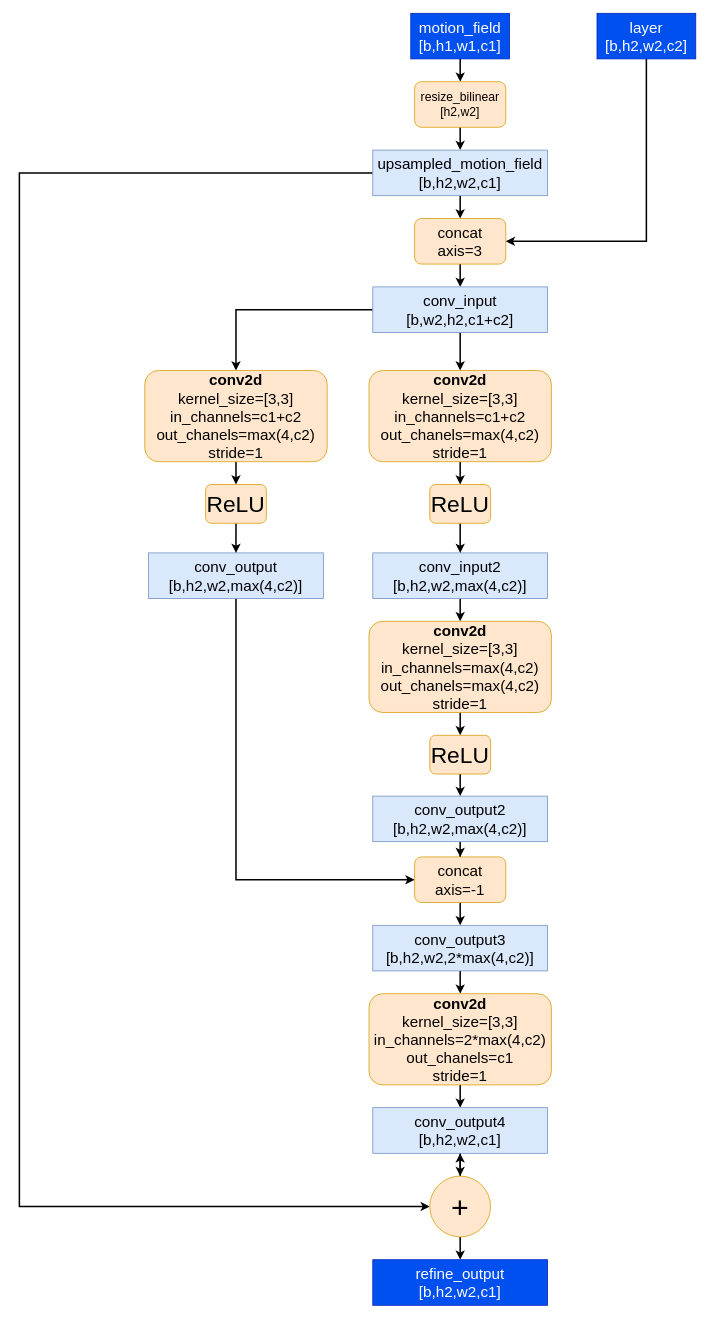
Before: page "RefineModele" (2 of 6) of doc/figs/EvisionNet.drawio in jiafeng5513/EvisionNet, a draw.io diagram. Source tidied: cells renumbered, new cells numbered last; positions are measured from the earlier drawing's top-left corner, leaving out a move shared by most shapes. Both pictures are drawn from the tidied source at 76%, with x=0, y=0 at pixel (19, 13).
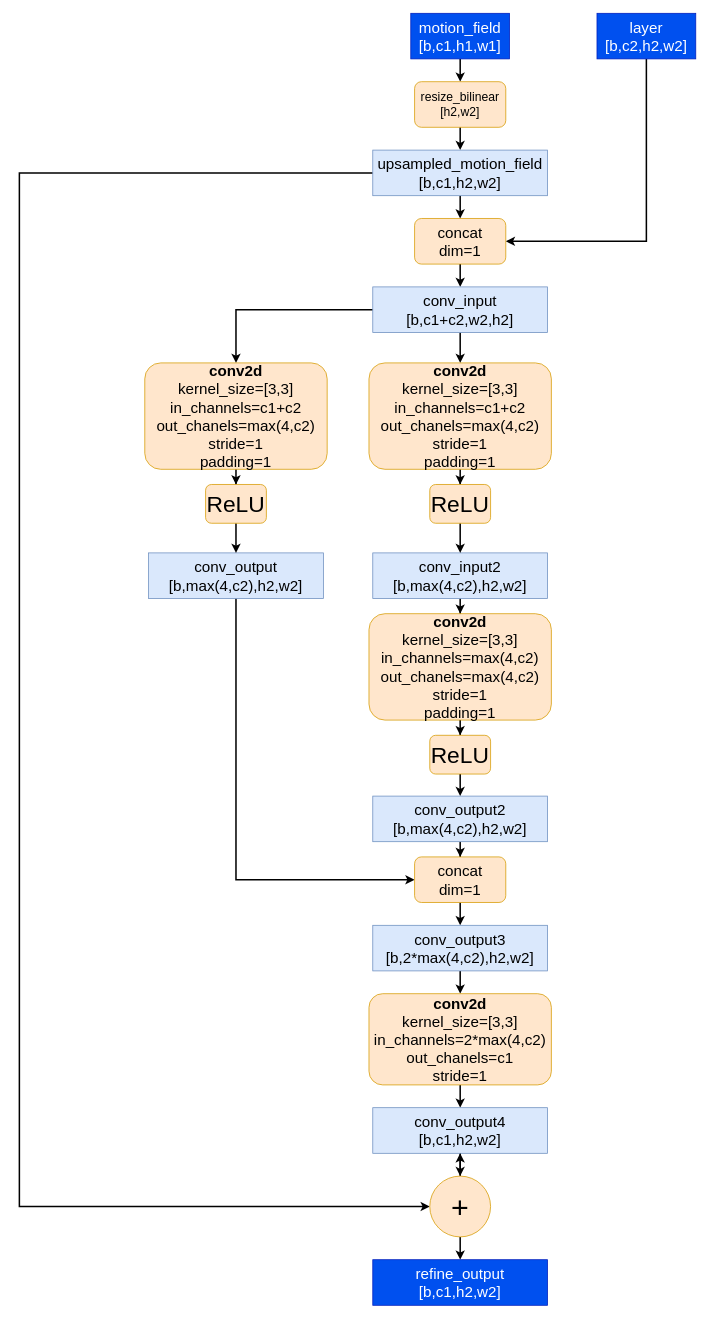
The same page after the edit.

The edit, as a diff of the source:
```diff
@@
-    <mxCell id="3" value="&lt;span style=&quot;font-size: 20px&quot;&gt;motion_field&lt;br&gt;[b,h1,w1,c1]&lt;br&gt;&lt;/span&gt;" style="rounded=0;whiteSpace=wrap;html=1;fillColor=#0050ef;strokeColor=#001DBC;fontColor=#ffffff;" parent="1" vertex="1">
+    <mxCell id="3" value="&lt;span style=&quot;font-size: 20px&quot;&gt;motion_field&lt;br&gt;[b,c1,h1,w1]&lt;br&gt;&lt;/span&gt;" style="rounded=0;whiteSpace=wrap;html=1;fillColor=#0050ef;strokeColor=#001DBC;fontColor=#ffffff;" parent="1" vertex="1">
       <mxGeometry x="515" width="130" height="60" as="geometry" />
     </mxCell>
@@
-    <mxCell id="5" value="&lt;span style=&quot;font-size: 20px&quot;&gt;layer&lt;br&gt;[b,h2,w2,c2]&lt;br&gt;&lt;/span&gt;" style="rounded=0;whiteSpace=wrap;html=1;fillColor=#0050ef;strokeColor=#001DBC;fontColor=#ffffff;" parent="1" vertex="1">
+    <mxCell id="5" value="&lt;span style=&quot;font-size: 20px&quot;&gt;layer&lt;br&gt;[b,c2,h2,w2]&lt;br&gt;&lt;/span&gt;" style="rounded=0;whiteSpace=wrap;html=1;fillColor=#0050ef;strokeColor=#001DBC;fontColor=#ffffff;" parent="1" vertex="1">
       <mxGeometry x="760" width="130" height="60" as="geometry" />
     </mxCell>
@@
-    <mxCell id="10" value="&lt;span style=&quot;font-size: 20px&quot;&gt;upsampled_motion_field&lt;br&gt;[b,h2,w2,c1]&lt;br&gt;&lt;/span&gt;" style="rounded=0;whiteSpace=wrap;html=1;fillColor=#dae8fc;strokeColor=#6c8ebf;" parent="1" vertex="1">
+    <mxCell id="10" value="&lt;span style=&quot;font-size: 20px&quot;&gt;upsampled_motion_field&lt;br&gt;[b,c1,h2,w2]&lt;br&gt;&lt;/span&gt;" style="rounded=0;whiteSpace=wrap;html=1;fillColor=#dae8fc;strokeColor=#6c8ebf;" parent="1" vertex="1">
       <mxGeometry x="465" y="180" width="230" height="60" as="geometry" />
     </mxCell>
@@
-    <mxCell id="12" value="&lt;font style=&quot;font-size: 20px&quot;&gt;concat&lt;br&gt;axis=3&lt;/font&gt;" style="rounded=1;whiteSpace=wrap;html=1;fillColor=#ffe6cc;strokeColor=#d79b00;" parent="1" vertex="1">
+    <mxCell id="12" value="&lt;font style=&quot;font-size: 20px&quot;&gt;concat&lt;br&gt;dim=1&lt;/font&gt;" style="rounded=1;whiteSpace=wrap;html=1;fillColor=#ffe6cc;strokeColor=#d79b00;" parent="1" vertex="1">
       <mxGeometry x="520" y="270" width="120" height="60" as="geometry" />
     </mxCell>
@@
-    <mxCell id="15" value="&lt;span style=&quot;font-size: 20px&quot;&gt;conv_input&lt;br&gt;[b,w2,h2,c1+c2]&lt;br&gt;&lt;/span&gt;" style="rounded=0;whiteSpace=wrap;html=1;fillColor=#dae8fc;strokeColor=#6c8ebf;" parent="1" vertex="1">
+    <mxCell id="15" value="&lt;span style=&quot;font-size: 20px&quot;&gt;conv_input&lt;br&gt;[b,c1+c2,w2,h2]&lt;br&gt;&lt;/span&gt;" style="rounded=0;whiteSpace=wrap;html=1;fillColor=#dae8fc;strokeColor=#6c8ebf;" parent="1" vertex="1">
       <mxGeometry x="465" y="360" width="230" height="60" as="geometry" />
     </mxCell>
@@
-    <mxCell id="17" value="&lt;font style=&quot;font-size: 20px&quot;&gt;&lt;b&gt;conv2d&lt;/b&gt;&lt;br&gt;kernel_size=[3,3]&lt;br&gt;in_channels=c1+c2&lt;br&gt;out_chanels=max(4,c2)&lt;br&gt;stride=1&lt;br&gt;&lt;/font&gt;" style="rounded=1;whiteSpace=wrap;html=1;fillColor=#ffe6cc;strokeColor=#d79b00;" parent="1" vertex="1">
-      <mxGeometry x="165" y="470" width="240" height="120" as="geometry" />
+    <mxCell id="17" value="&lt;font style=&quot;font-size: 20px&quot;&gt;&lt;b&gt;conv2d&lt;/b&gt;&lt;br&gt;kernel_size=[3,3]&lt;br&gt;in_channels=c1+c2&lt;br&gt;out_chanels=max(4,c2)&lt;br&gt;stride=1&lt;br&gt;padding=1&lt;br&gt;&lt;/font&gt;" style="rounded=1;whiteSpace=wrap;html=1;fillColor=#ffe6cc;strokeColor=#d79b00;" parent="1" vertex="1">
+      <mxGeometry x="165" y="460" width="240" height="140" as="geometry" />
     </mxCell>
@@
-    <mxCell id="19" value="&lt;font style=&quot;font-size: 20px&quot;&gt;&lt;b&gt;conv2d&lt;/b&gt;&lt;br&gt;kernel_size=[3,3]&lt;br&gt;in_channels=c1+c2&lt;br&gt;out_chanels=max(4,c2)&lt;br&gt;stride=1&lt;br&gt;&lt;/font&gt;" style="rounded=1;whiteSpace=wrap;html=1;fillColor=#ffe6cc;strokeColor=#d79b00;" parent="1" vertex="1">
-      <mxGeometry x="460" y="470" width="240" height="120" as="geometry" />
+    <mxCell id="19" value="&lt;font style=&quot;font-size: 20px&quot;&gt;&lt;b&gt;conv2d&lt;/b&gt;&lt;br&gt;kernel_size=[3,3]&lt;br&gt;in_channels=c1+c2&lt;br&gt;out_chanels=max(4,c2)&lt;br&gt;stride=1&lt;br&gt;padding=1&lt;br&gt;&lt;/font&gt;" style="rounded=1;whiteSpace=wrap;html=1;fillColor=#ffe6cc;strokeColor=#d79b00;" parent="1" vertex="1">
+      <mxGeometry x="460" y="460" width="240" height="140" as="geometry" />
     </mxCell>
@@
-    <mxCell id="21" value="&lt;span style=&quot;font-size: 20px&quot;&gt;conv_input2&lt;br&gt;[b,h2,w2,&lt;/span&gt;&lt;span style=&quot;font-size: 20px&quot;&gt;max(4,c2)&lt;/span&gt;&lt;span style=&quot;font-size: 20px&quot;&gt;]&lt;br&gt;&lt;/span&gt;" style="rounded=0;whiteSpace=wrap;html=1;fillColor=#dae8fc;strokeColor=#6c8ebf;" parent="1" vertex="1">
+    <mxCell id="21" value="&lt;span style=&quot;font-size: 20px&quot;&gt;conv_input2&lt;br&gt;[b,&lt;/span&gt;&lt;span style=&quot;font-size: 20px&quot;&gt;max(4,c2),&lt;/span&gt;&lt;span style=&quot;font-size: 20px&quot;&gt;h2,w2&lt;/span&gt;&lt;span style=&quot;font-size: 20px&quot;&gt;]&lt;br&gt;&lt;/span&gt;" style="rounded=0;whiteSpace=wrap;html=1;fillColor=#dae8fc;strokeColor=#6c8ebf;" parent="1" vertex="1">
       <mxGeometry x="465" y="710" width="230" height="60" as="geometry" />
     </mxCell>
@@
-    <mxCell id="23" value="&lt;span style=&quot;font-size: 20px&quot;&gt;conv_output&lt;br&gt;[b,h2,w2,&lt;/span&gt;&lt;span style=&quot;font-size: 20px&quot;&gt;max(4,c2)&lt;/span&gt;&lt;span style=&quot;font-size: 20px&quot;&gt;]&lt;br&gt;&lt;/span&gt;" style="rounded=0;whiteSpace=wrap;html=1;fillColor=#dae8fc;strokeColor=#6c8ebf;" parent="1" vertex="1">
+    <mxCell id="23" value="&lt;span style=&quot;font-size: 20px&quot;&gt;conv_output&lt;br&gt;[b,&lt;/span&gt;&lt;span style=&quot;font-size: 20px&quot;&gt;max(4,c2),&lt;/span&gt;&lt;span style=&quot;font-size: 20px&quot;&gt;h2,w2&lt;/span&gt;&lt;span style=&quot;font-size: 20px&quot;&gt;]&lt;br&gt;&lt;/span&gt;" style="rounded=0;whiteSpace=wrap;html=1;fillColor=#dae8fc;strokeColor=#6c8ebf;" parent="1" vertex="1">
       <mxGeometry x="170" y="710" width="230" height="60" as="geometry" />
     </mxCell>
@@
-    <mxCell id="25" value="&lt;font style=&quot;font-size: 20px&quot;&gt;&lt;b&gt;conv2d&lt;/b&gt;&lt;br&gt;kernel_size=[3,3]&lt;br&gt;in_channels=max(4,c2)&lt;br&gt;out_chanels=max(4,c2)&lt;br&gt;stride=1&lt;br&gt;&lt;/font&gt;" style="rounded=1;whiteSpace=wrap;html=1;fillColor=#ffe6cc;strokeColor=#d79b00;" parent="1" vertex="1">
-      <mxGeometry x="460" y="800" width="240" height="120" as="geometry" />
+    <mxCell id="25" value="&lt;font style=&quot;font-size: 20px&quot;&gt;&lt;b&gt;conv2d&lt;/b&gt;&lt;br&gt;kernel_size=[3,3]&lt;br&gt;in_channels=max(4,c2)&lt;br&gt;out_chanels=max(4,c2)&lt;br&gt;stride=1&lt;br&gt;padding=1&lt;br&gt;&lt;/font&gt;" style="rounded=1;whiteSpace=wrap;html=1;fillColor=#ffe6cc;strokeColor=#d79b00;" parent="1" vertex="1">
+      <mxGeometry x="460" y="790" width="240" height="140" as="geometry" />
     </mxCell>
@@
-    <mxCell id="27" value="&lt;span style=&quot;font-size: 20px&quot;&gt;conv_output2&lt;br&gt;&lt;/span&gt;&lt;span style=&quot;font-size: 20px&quot;&gt;[b,h2,w2,&lt;/span&gt;&lt;span style=&quot;font-size: 20px&quot;&gt;max(4,c2)&lt;/span&gt;&lt;span style=&quot;font-size: 20px&quot;&gt;]&lt;/span&gt;&lt;span style=&quot;font-size: 20px&quot;&gt;&lt;br&gt;&lt;/span&gt;" style="rounded=0;whiteSpace=wrap;html=1;fillColor=#dae8fc;strokeColor=#6c8ebf;" parent="1" vertex="1">
+    <mxCell id="27" value="&lt;span style=&quot;font-size: 20px&quot;&gt;conv_output2&lt;br&gt;&lt;/span&gt;&lt;span style=&quot;font-size: 20px&quot;&gt;[b,&lt;/span&gt;&lt;span style=&quot;font-size: 20px&quot;&gt;max(4,c2),&lt;/span&gt;&lt;span style=&quot;font-size: 20px&quot;&gt;h2,w2&lt;/span&gt;&lt;span style=&quot;font-size: 20px&quot;&gt;]&lt;/span&gt;&lt;span style=&quot;font-size: 20px&quot;&gt;&lt;br&gt;&lt;/span&gt;" style="rounded=0;whiteSpace=wrap;html=1;fillColor=#dae8fc;strokeColor=#6c8ebf;" parent="1" vertex="1">
       <mxGeometry x="465" y="1030" width="230" height="60" as="geometry" />
     </mxCell>
@@
-    <mxCell id="29" value="&lt;font style=&quot;font-size: 20px&quot;&gt;concat&lt;br&gt;axis=-1&lt;/font&gt;" style="rounded=1;whiteSpace=wrap;html=1;fillColor=#ffe6cc;strokeColor=#d79b00;" parent="1" vertex="1">
+    <mxCell id="29" value="&lt;font style=&quot;font-size: 20px&quot;&gt;concat&lt;br&gt;dim=1&lt;/font&gt;" style="rounded=1;whiteSpace=wrap;html=1;fillColor=#ffe6cc;strokeColor=#d79b00;" parent="1" vertex="1">
       <mxGeometry x="520" y="1110" width="120" height="60" as="geometry" />
     </mxCell>
@@
-    <mxCell id="31" value="&lt;span style=&quot;font-size: 20px&quot;&gt;conv_output3&lt;br&gt;[b,h2,w2,2*max(4,c2)]&lt;br&gt;&lt;/span&gt;" style="rounded=0;whiteSpace=wrap;html=1;fillColor=#dae8fc;strokeColor=#6c8ebf;" parent="1" vertex="1">
+    <mxCell id="31" value="&lt;span style=&quot;font-size: 20px&quot;&gt;conv_output3&lt;br&gt;[b,&lt;/span&gt;&lt;span style=&quot;font-size: 20px&quot;&gt;2*max(4,c2),&lt;/span&gt;&lt;span style=&quot;font-size: 20px&quot;&gt;h2,w2]&lt;br&gt;&lt;/span&gt;" style="rounded=0;whiteSpace=wrap;html=1;fillColor=#dae8fc;strokeColor=#6c8ebf;" parent="1" vertex="1">
       <mxGeometry x="465" y="1200" width="230" height="60" as="geometry" />
     </mxCell>
@@
-    <mxCell id="41" value="&lt;span style=&quot;font-size: 20px&quot;&gt;conv_output4&lt;br&gt;[b,h2,w2,c1]&lt;br&gt;&lt;/span&gt;" style="rounded=0;whiteSpace=wrap;html=1;fillColor=#dae8fc;strokeColor=#6c8ebf;" parent="1" vertex="1">
+    <mxCell id="41" value="&lt;span style=&quot;font-size: 20px&quot;&gt;conv_output4&lt;br&gt;[b,c1,h2,w2]&lt;br&gt;&lt;/span&gt;" style="rounded=0;whiteSpace=wrap;html=1;fillColor=#dae8fc;strokeColor=#6c8ebf;" parent="1" vertex="1">
       <mxGeometry x="465" y="1440" width="230" height="60" as="geometry" />
     </mxCell>
@@
-    <mxCell id="45" value="&lt;span style=&quot;font-size: 20px&quot;&gt;refine_output&lt;br&gt;&lt;/span&gt;&lt;span style=&quot;font-size: 20px&quot;&gt;[b,h2,w2,c1]&lt;br&gt;&lt;/span&gt;" style="rounded=0;whiteSpace=wrap;html=1;fillColor=#0050ef;strokeColor=#001DBC;fontColor=#ffffff;" parent="1" vertex="1">
+    <mxCell id="45" value="&lt;span style=&quot;font-size: 20px&quot;&gt;refine_output&lt;br&gt;&lt;/span&gt;&lt;span style=&quot;font-size: 20px&quot;&gt;[b,c1,h2,w2]&lt;br&gt;&lt;/span&gt;" style="rounded=0;whiteSpace=wrap;html=1;fillColor=#0050ef;strokeColor=#001DBC;fontColor=#ffffff;" parent="1" vertex="1">
       <mxGeometry x="465" y="1640" width="230" height="60" as="geometry" />
     </mxCell>
```
